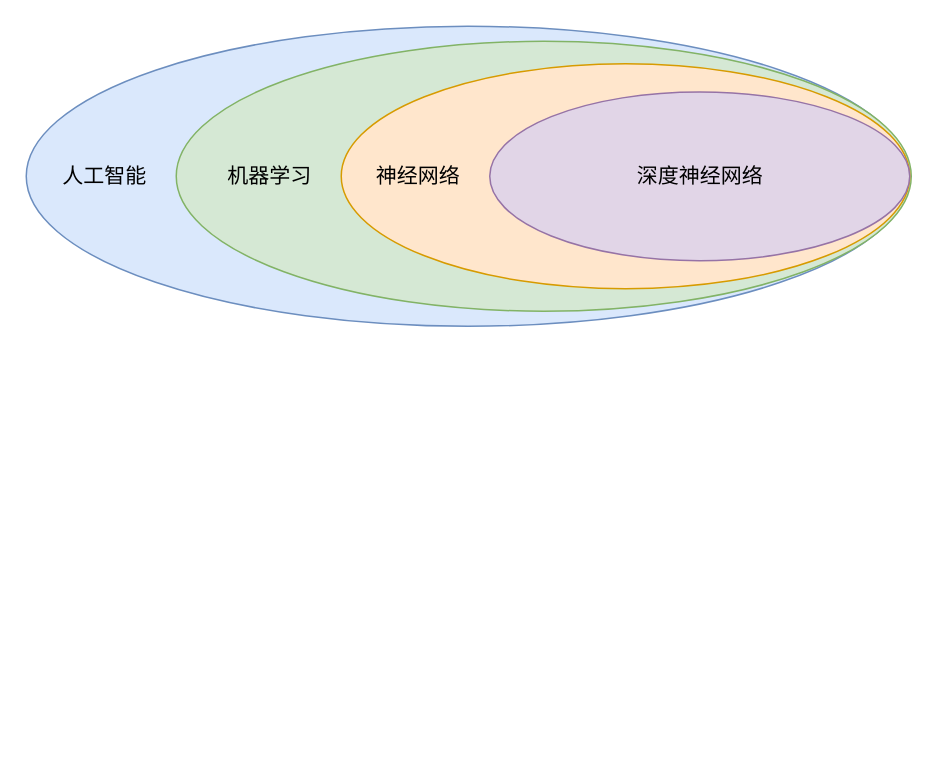
ZiqingYip/moment keeps this draw.io diagram as ai.drawio. Above is the earlier version. Source tidied: cells renumbered, new cells numbered last; positions are measured from the earlier drawing's top-left corner, leaving out a move shared by most shapes. Both pictures are drawn from the tidied source at 150%, with x=0, y=0 at pixel (26, 26).
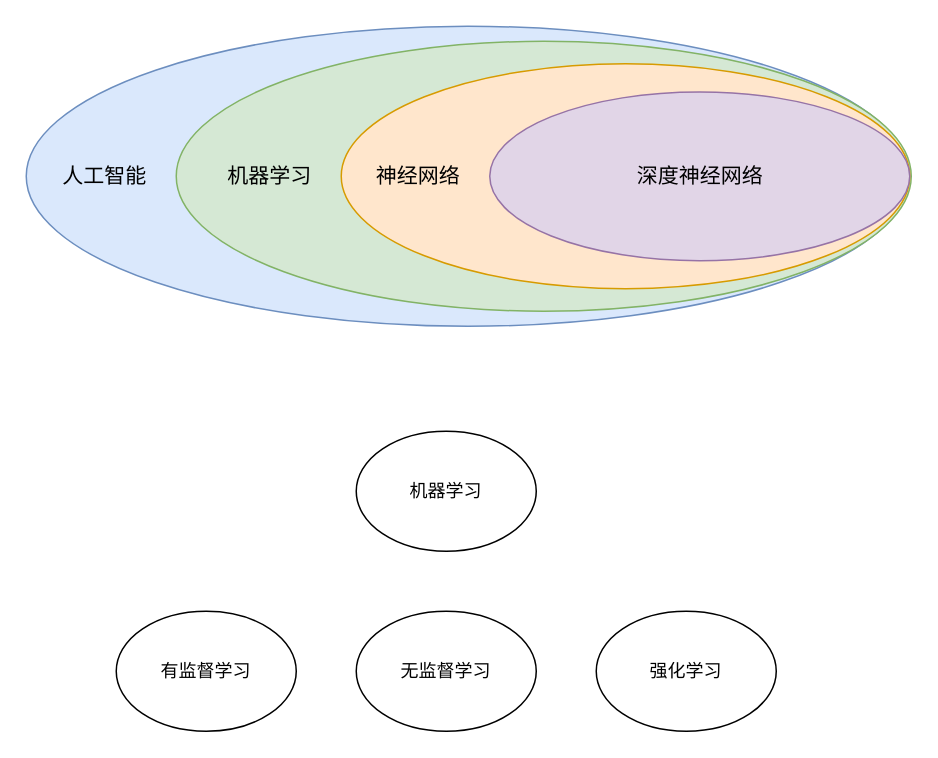
The same page after the edit.

What changed in the source:
```diff
@@
 <mxGraphModel>
   <root>
     <mxCell id="0" />
     <mxCell id="1" parent="0" />
     <mxCell id="2" style="ellipse;whiteSpace=wrap;html=1;fillColor=#dae8fc;strokeColor=#6c8ebf;" parent="1" vertex="1">
       <mxGeometry width="589" height="200" as="geometry" />
     </mxCell>
     <mxCell id="3" style="ellipse;whiteSpace=wrap;html=1;fillColor=#d5e8d4;strokeColor=#82b366;" parent="1" vertex="1">
       <mxGeometry x="100" y="10" width="490" height="180" as="geometry" />
     </mxCell>
     <mxCell id="4" style="ellipse;whiteSpace=wrap;html=1;fillColor=#ffe6cc;strokeColor=#d79b00;" parent="1" vertex="1">
       <mxGeometry x="210" y="25" width="379" height="150" as="geometry" />
     </mxCell>
     <mxCell id="5" style="ellipse;whiteSpace=wrap;html=1;fillColor=#e1d5e7;strokeColor=#9673a6;" parent="1" vertex="1">
       <mxGeometry x="309" y="43.8" width="280" height="112.5" as="geometry" />
     </mxCell>
     <mxCell id="6" value="深度神经网络" style="text;html=1;strokeColor=none;fillColor=none;align=center;verticalAlign=middle;whiteSpace=wrap;rounded=0;fontSize=14;" parent="1" vertex="1">
       <mxGeometry x="401.5" y="85" width="95" height="30" as="geometry" />
     </mxCell>
     <mxCell id="7" value="人工智能" style="text;html=1;strokeColor=none;fillColor=none;align=center;verticalAlign=middle;whiteSpace=wrap;rounded=0;fontSize=14;" parent="1" vertex="1">
       <mxGeometry x="5" y="85" width="95" height="30" as="geometry" />
     </mxCell>
     <mxCell id="8" value="机器学习" style="text;html=1;strokeColor=none;fillColor=none;align=center;verticalAlign=middle;whiteSpace=wrap;rounded=0;fontSize=14;" parent="1" vertex="1">
       <mxGeometry x="115" y="85" width="95" height="30" as="geometry" />
     </mxCell>
     <mxCell id="9" value="神经网络" style="text;html=1;strokeColor=none;fillColor=none;align=center;verticalAlign=middle;whiteSpace=wrap;rounded=0;fontSize=14;" parent="1" vertex="1">
       <mxGeometry x="214" y="85" width="95" height="30" as="geometry" />
     </mxCell>
+    <mxCell id="10" value="机器学习" style="ellipse;whiteSpace=wrap;html=1;" parent="1" vertex="1">
+      <mxGeometry x="220" y="270" width="120" height="80" as="geometry" />
+    </mxCell>
+    <mxCell id="11" value="无监督学习" style="ellipse;whiteSpace=wrap;html=1;" parent="1" vertex="1">
+      <mxGeometry x="220" y="390" width="120" height="80" as="geometry" />
+    </mxCell>
+    <mxCell id="12" value="有监督学习" style="ellipse;whiteSpace=wrap;html=1;" parent="1" vertex="1">
+      <mxGeometry x="60" y="390" width="120" height="80" as="geometry" />
+    </mxCell>
+    <mxCell id="13" value="强化学习" style="ellipse;whiteSpace=wrap;html=1;" parent="1" vertex="1">
+      <mxGeometry x="380" y="390" width="120" height="80" as="geometry" />
+    </mxCell>
   </root>
 </mxGraphModel>
```
